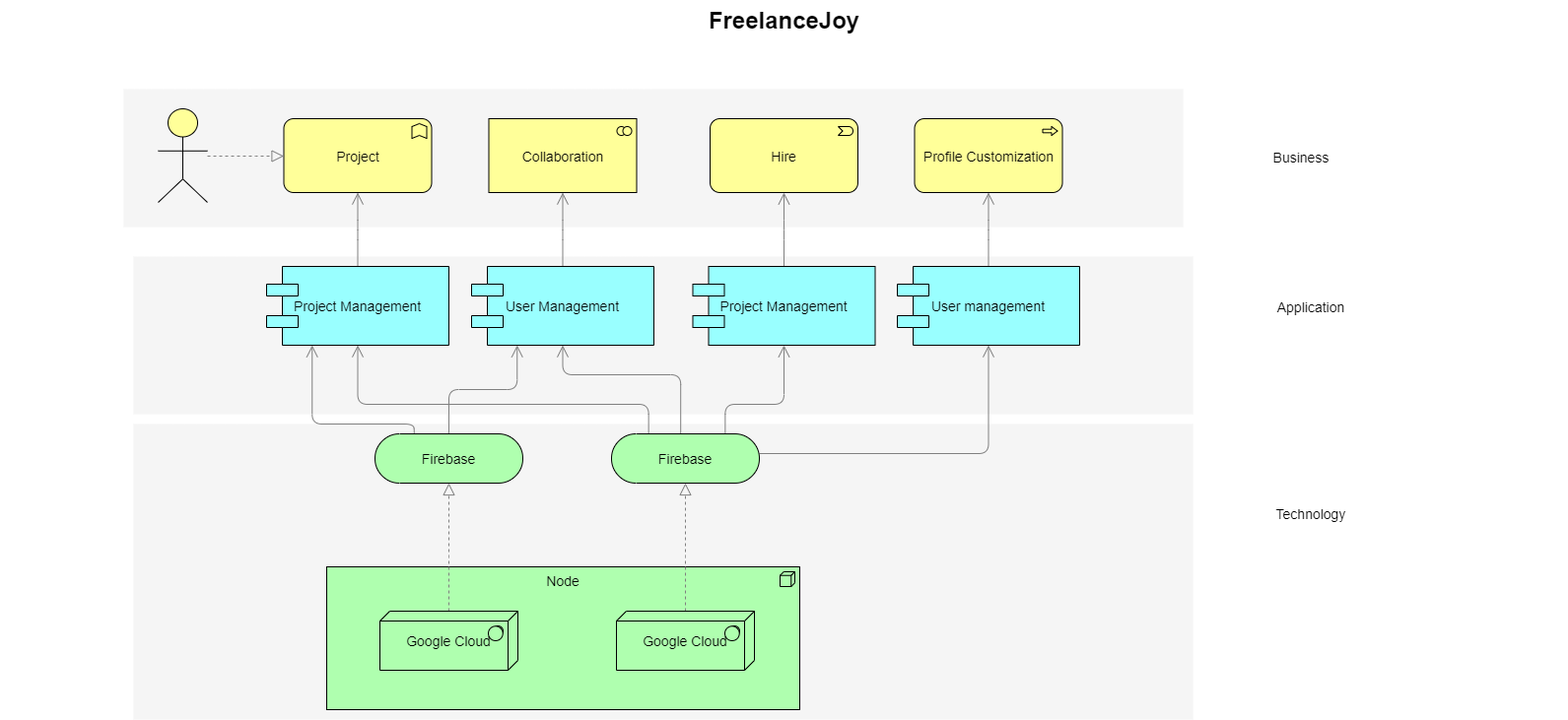
Before: docs/images/architecture.png, a diagram exported from draw.io (gheorghitamutu/FreelanceJoy). Source tidied: cells renumbered, new cells last; positions are measured from the earlier drawing's top-left corner, leaving out a move shared by most shapes. Source of this version:
```xml
<mxGraphModel>
  <root>
    <mxCell id="0" />
    <mxCell id="1" parent="0" />
    <mxCell id="2" style="whiteSpace=wrap;html=1;strokeColor=none;strokeWidth=1;fillColor=#f5f5f5;fontSize=14;" parent="1" vertex="1">
      <mxGeometry x="135" y="430" width="1075" height="300" as="geometry" />
    </mxCell>
    <mxCell id="3" style="whiteSpace=wrap;html=1;strokeColor=none;strokeWidth=1;fillColor=#f5f5f5;fontSize=14;" parent="1" vertex="1">
      <mxGeometry x="135" y="260" width="1075" height="160" as="geometry" />
    </mxCell>
    <mxCell id="4" style="whiteSpace=wrap;html=1;strokeColor=none;strokeWidth=1;fillColor=#f5f5f5;fontSize=14;" parent="1" vertex="1">
      <mxGeometry x="125" y="90" width="1075" height="140" as="geometry" />
    </mxCell>
    <mxCell id="5" value="Node" style="html=1;whiteSpace=wrap;fillColor=#AFFFAF;shape=mxgraph.archimate3.application;appType=node;archiType=square;fontSize=14;verticalAlign=top;" parent="1" vertex="1">
      <mxGeometry x="331" y="575" width="480" height="145" as="geometry" />
    </mxCell>
    <mxCell id="6" style="edgeStyle=elbowEdgeStyle;rounded=1;elbow=vertical;html=1;startSize=10;endArrow=block;endFill=0;endSize=10;jettySize=auto;strokeColor=#808080;fontSize=14;dashed=1;" parent="1" edge="1" source="7" target="12">
      <mxGeometry relative="1" as="geometry" />
    </mxCell>
    <mxCell id="7" value="&lt;div&gt;Google Cloud&lt;/div&gt;" style="html=1;whiteSpace=wrap;fillColor=#AFFFAF;shape=mxgraph.archimate3.tech;techType=sysSw;fontSize=14;" parent="1" vertex="1">
      <mxGeometry x="385" y="620" width="140" height="60" as="geometry" />
    </mxCell>
    <mxCell id="8" style="edgeStyle=elbowEdgeStyle;rounded=1;elbow=vertical;html=1;startSize=10;endArrow=block;endFill=0;endSize=10;jettySize=auto;strokeColor=#808080;fontSize=14;dashed=1;" parent="1" edge="1" source="9" target="17">
      <mxGeometry relative="1" as="geometry" />
    </mxCell>
    <mxCell id="9" value="Google Cloud" style="html=1;whiteSpace=wrap;fillColor=#AFFFAF;shape=mxgraph.archimate3.tech;techType=sysSw;fontSize=14;" parent="1" vertex="1">
      <mxGeometry x="625" y="620" width="140" height="60" as="geometry" />
    </mxCell>
    <mxCell id="10" style="edgeStyle=elbowEdgeStyle;rounded=1;elbow=vertical;html=1;startSize=10;endArrow=open;endFill=0;endSize=10;jettySize=auto;strokeColor=#808080;fontSize=14;entryX=0.25;entryY=1;" parent="1" edge="1" source="12" target="21">
      <mxGeometry relative="1" as="geometry" />
    </mxCell>
    <mxCell id="11" style="edgeStyle=elbowEdgeStyle;rounded=1;elbow=vertical;html=1;startSize=10;endArrow=open;endFill=0;endSize=10;jettySize=auto;strokeColor=#808080;fontSize=14;entryX=0.25;entryY=1;exitX=0.265;exitY=0.007;exitPerimeter=0;" parent="1" edge="1" source="12" target="19">
      <mxGeometry relative="1" as="geometry">
        <Array as="points">
          <mxPoint x="363" y="430" />
        </Array>
      </mxGeometry>
    </mxCell>
    <mxCell id="12" value="Firebase" style="html=1;whiteSpace=wrap;fillColor=#AFFFAF;shape=mxgraph.archimate3.service;fontSize=14;" parent="1" vertex="1">
      <mxGeometry x="380" y="440" width="150" height="50" as="geometry" />
    </mxCell>
    <mxCell id="13" style="edgeStyle=elbowEdgeStyle;rounded=1;elbow=vertical;html=1;startSize=10;endArrow=open;endFill=0;endSize=10;jettySize=auto;strokeColor=#808080;fontSize=14;" parent="1" edge="1" source="17" target="25">
      <mxGeometry relative="1" as="geometry">
        <Array as="points">
          <mxPoint x="850" y="460" />
        </Array>
      </mxGeometry>
    </mxCell>
    <mxCell id="14" style="edgeStyle=elbowEdgeStyle;rounded=1;elbow=vertical;html=1;startSize=10;endArrow=open;endFill=0;endSize=10;jettySize=auto;strokeColor=#808080;fontSize=14;entryX=0.5;entryY=1;exitX=0.769;exitY=0.025;exitPerimeter=0;" parent="1" edge="1" source="17" target="23">
      <mxGeometry relative="1" as="geometry">
        <Array as="points">
          <mxPoint x="750" y="410" />
        </Array>
      </mxGeometry>
    </mxCell>
    <mxCell id="15" style="edgeStyle=elbowEdgeStyle;rounded=1;elbow=vertical;html=1;startSize=10;endArrow=open;endFill=0;endSize=10;jettySize=auto;strokeColor=#808080;fontSize=14;entryX=0.5;entryY=1;exitX=0.468;exitY=0.025;exitPerimeter=0;" parent="1" edge="1" source="17" target="21">
      <mxGeometry relative="1" as="geometry">
        <Array as="points">
          <mxPoint x="640" y="380" />
        </Array>
      </mxGeometry>
    </mxCell>
    <mxCell id="16" style="edgeStyle=elbowEdgeStyle;rounded=1;elbow=vertical;html=1;startSize=10;endArrow=open;endFill=0;endSize=10;jettySize=auto;strokeColor=#808080;fontSize=14;exitX=0.251;exitY=0.002;exitPerimeter=0;" parent="1" edge="1" source="17" target="19">
      <mxGeometry relative="1" as="geometry">
        <Array as="points">
          <mxPoint x="530" y="410" />
        </Array>
      </mxGeometry>
    </mxCell>
    <mxCell id="17" value="Firebase" style="html=1;whiteSpace=wrap;fillColor=#AFFFAF;shape=mxgraph.archimate3.service;fontSize=14;" parent="1" vertex="1">
      <mxGeometry x="620" y="440" width="150" height="50" as="geometry" />
    </mxCell>
    <mxCell id="18" style="edgeStyle=elbowEdgeStyle;rounded=1;elbow=vertical;html=1;startSize=10;endArrow=open;endFill=0;endSize=10;jettySize=auto;strokeColor=#808080;fontSize=14;" parent="1" edge="1" source="19" target="26">
      <mxGeometry relative="1" as="geometry" />
    </mxCell>
    <mxCell id="19" value="Project Management" style="shape=component;align=center;fillColor=#99ffff;gradientColor=none;fontSize=14;" parent="1" vertex="1">
      <mxGeometry x="270" y="270" width="185" height="80" as="geometry" />
    </mxCell>
    <mxCell id="20" style="edgeStyle=elbowEdgeStyle;rounded=1;elbow=vertical;html=1;startSize=10;endArrow=open;endFill=0;endSize=10;jettySize=auto;strokeColor=#808080;fontSize=14;" parent="1" edge="1" source="21" target="27">
      <mxGeometry relative="1" as="geometry" />
    </mxCell>
    <mxCell id="21" value="User Management" style="shape=component;align=center;fillColor=#99ffff;gradientColor=none;fontSize=14;" parent="1" vertex="1">
      <mxGeometry x="478" y="270" width="185" height="80" as="geometry" />
    </mxCell>
    <mxCell id="22" style="edgeStyle=elbowEdgeStyle;rounded=1;elbow=vertical;html=1;startSize=10;endArrow=open;endFill=0;endSize=10;jettySize=auto;strokeColor=#808080;fontSize=14;" parent="1" edge="1" source="23" target="28">
      <mxGeometry relative="1" as="geometry" />
    </mxCell>
    <mxCell id="23" value="Project Management" style="shape=component;align=center;fillColor=#99ffff;gradientColor=none;fontSize=14;" parent="1" vertex="1">
      <mxGeometry x="702.5" y="270" width="185" height="80" as="geometry" />
    </mxCell>
    <mxCell id="24" style="edgeStyle=elbowEdgeStyle;rounded=1;elbow=vertical;html=1;startSize=10;endArrow=open;endFill=0;endSize=10;jettySize=auto;strokeColor=#808080;fontSize=14;" parent="1" edge="1" source="25" target="29">
      <mxGeometry relative="1" as="geometry" />
    </mxCell>
    <mxCell id="25" value="User management" style="shape=component;align=center;fillColor=#99ffff;gradientColor=none;fontSize=14;" parent="1" vertex="1">
      <mxGeometry x="910" y="270" width="185" height="80" as="geometry" />
    </mxCell>
    <mxCell id="26" value="Project" style="html=1;whiteSpace=wrap;fillColor=#ffff99;shape=mxgraph.archimate3.application;appType=func;archiType=rounded;fontSize=14;" parent="1" vertex="1">
      <mxGeometry x="287.5" y="120" width="150" height="75" as="geometry" />
    </mxCell>
    <mxCell id="27" value="Collaboration" style="html=1;whiteSpace=wrap;fillColor=#ffff99;shape=mxgraph.archimate3.application;appType=collab;archiType=square;fontSize=14;" parent="1" vertex="1">
      <mxGeometry x="495.5" y="120" width="150" height="75" as="geometry" />
    </mxCell>
    <mxCell id="28" value="Hire" style="html=1;whiteSpace=wrap;fillColor=#ffff99;shape=mxgraph.archimate3.application;appType=event;archiType=rounded;fontSize=14;" parent="1" vertex="1">
      <mxGeometry x="720" y="120" width="150" height="75" as="geometry" />
    </mxCell>
    <mxCell id="29" value="Profile Customization" style="html=1;whiteSpace=wrap;fillColor=#ffff99;shape=mxgraph.archimate3.application;appType=proc;archiType=rounded;fontSize=14;" parent="1" vertex="1">
      <mxGeometry x="927.5" y="120" width="150" height="75" as="geometry" />
    </mxCell>
    <mxCell id="30" value="Technology" style="text;html=1;strokeColor=none;fillColor=none;align=center;verticalAlign=middle;whiteSpace=wrap;fontSize=14;" parent="1" vertex="1">
      <mxGeometry x="1210" y="511" width="240" height="20" as="geometry" />
    </mxCell>
    <mxCell id="31" value="Application" style="text;html=1;strokeColor=none;fillColor=none;align=center;verticalAlign=middle;whiteSpace=wrap;fontSize=14;" parent="1" vertex="1">
      <mxGeometry x="1210" y="301" width="240" height="20" as="geometry" />
    </mxCell>
    <mxCell id="32" value="Business" style="text;html=1;strokeColor=none;fillColor=none;align=center;verticalAlign=middle;whiteSpace=wrap;fontSize=14;" parent="1" vertex="1">
      <mxGeometry x="1200" y="149" width="240" height="20" as="geometry" />
    </mxCell>
    <mxCell id="33" style="edgeStyle=elbowEdgeStyle;rounded=1;elbow=vertical;html=1;dashed=1;startSize=10;endArrow=block;endFill=0;endSize=10;jettySize=auto;strokeColor=#808080;fontSize=14;" parent="1" edge="1" source="34" target="26">
      <mxGeometry relative="1" as="geometry" />
    </mxCell>
    <mxCell id="34" style="html=1;whiteSpace=wrap;fillColor=#ffff99;shape=mxgraph.archimate3.actor;fontSize=14;" parent="1" vertex="1">
      <mxGeometry x="160" y="110" width="50" height="95" as="geometry" />
    </mxCell>
    <mxCell id="35" value="FreelanceJoy" style="text;strokeColor=none;fillColor=none;html=1;fontSize=24;fontStyle=1;verticalAlign=middle;align=center;" parent="1" vertex="1">
      <mxGeometry width="1590" height="40" as="geometry" />
    </mxCell>
  </root>
</mxGraphModel>
```
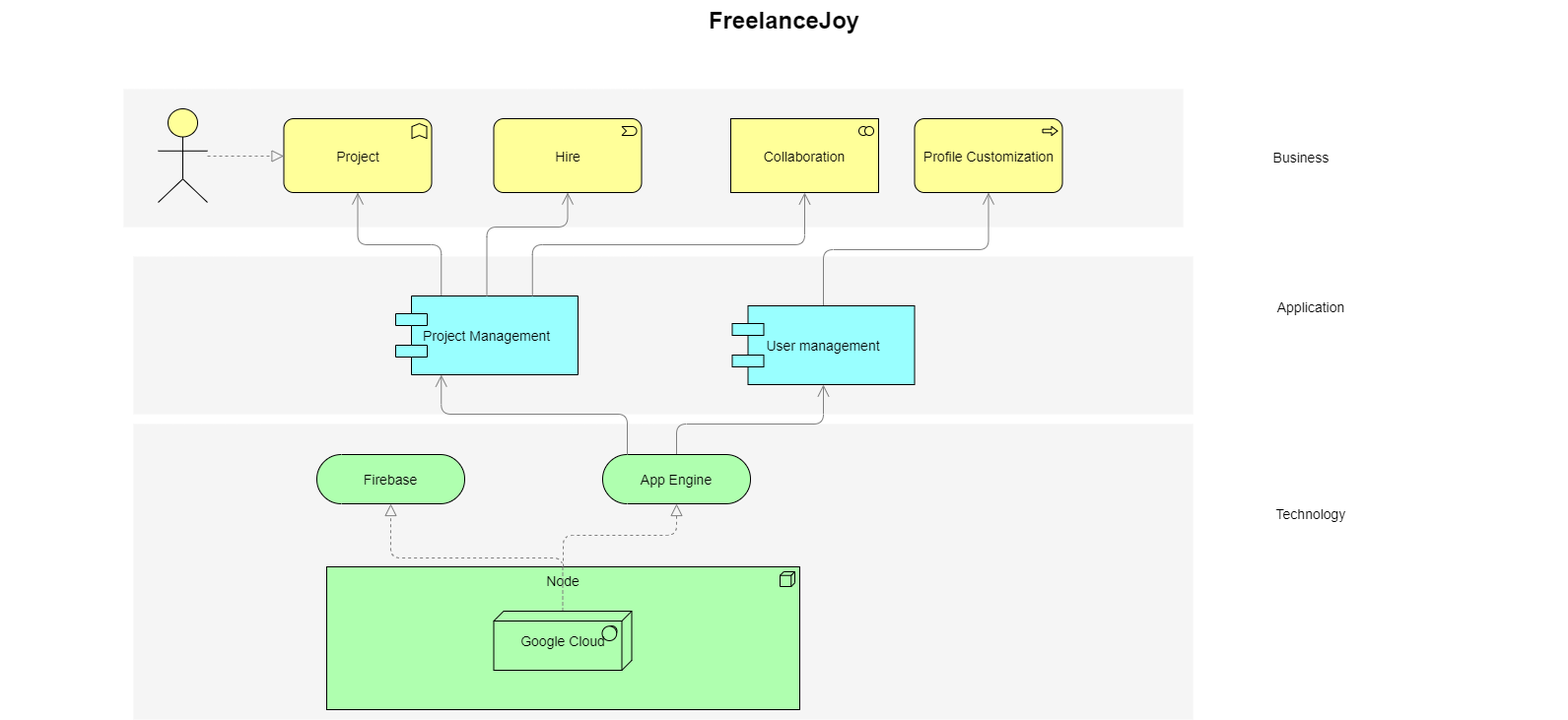
Later version of the same file.

Commit message:
^ architecture diagram - endpoint API yaml + swagger hub

Diff of the diagram source:
```diff
@@ -18,90 +18,61 @@
       <mxGeometry relative="1" as="geometry" />
     </mxCell>
     <mxCell id="7" value="&lt;div&gt;Google Cloud&lt;/div&gt;" style="html=1;whiteSpace=wrap;fillColor=#AFFFAF;shape=mxgraph.archimate3.tech;techType=sysSw;fontSize=14;" parent="1" vertex="1">
-      <mxGeometry x="385" y="620" width="140" height="60" as="geometry" />
+      <mxGeometry x="500.5" y="620" width="140" height="60" as="geometry" />
     </mxCell>
-    <mxCell id="8" style="edgeStyle=elbowEdgeStyle;rounded=1;elbow=vertical;html=1;startSize=10;endArrow=block;endFill=0;endSize=10;jettySize=auto;strokeColor=#808080;fontSize=14;dashed=1;" parent="1" edge="1" source="9" target="17">
+    <mxCell id="8" style="edgeStyle=elbowEdgeStyle;rounded=1;elbow=vertical;html=1;startSize=10;endArrow=block;endFill=0;endSize=10;jettySize=auto;strokeColor=#808080;fontSize=14;dashed=1;" parent="1" edge="1" source="5" target="17">
       <mxGeometry relative="1" as="geometry" />
     </mxCell>
-    <mxCell id="9" value="Google Cloud" style="html=1;whiteSpace=wrap;fillColor=#AFFFAF;shape=mxgraph.archimate3.tech;techType=sysSw;fontSize=14;" parent="1" vertex="1">
-      <mxGeometry x="625" y="620" width="140" height="60" as="geometry" />
-    </mxCell>
-    <mxCell id="10" style="edgeStyle=elbowEdgeStyle;rounded=1;elbow=vertical;html=1;startSize=10;endArrow=open;endFill=0;endSize=10;jettySize=auto;strokeColor=#808080;fontSize=14;entryX=0.25;entryY=1;" parent="1" edge="1" source="12" target="21">
-      <mxGeometry relative="1" as="geometry" />
-    </mxCell>
-    <mxCell id="11" style="edgeStyle=elbowEdgeStyle;rounded=1;elbow=vertical;html=1;startSize=10;endArrow=open;endFill=0;endSize=10;jettySize=auto;strokeColor=#808080;fontSize=14;entryX=0.25;entryY=1;exitX=0.265;exitY=0.007;exitPerimeter=0;" parent="1" edge="1" source="12" target="19">
+    <mxCell id="11" style="edgeStyle=elbowEdgeStyle;rounded=1;elbow=vertical;html=1;startSize=10;endArrow=open;endFill=0;endSize=10;jettySize=auto;strokeColor=#808080;fontSize=14;entryX=0.25;entryY=1;exitX=0;exitY=0;exitPerimeter=0;exitDx=25;exitDy=0;" parent="1" edge="1" source="17" target="19">
       <mxGeometry relative="1" as="geometry">
         <Array as="points">
-          <mxPoint x="363" y="430" />
+          <mxPoint x="431" y="420" />
         </Array>
       </mxGeometry>
     </mxCell>
     <mxCell id="12" value="Firebase" style="html=1;whiteSpace=wrap;fillColor=#AFFFAF;shape=mxgraph.archimate3.service;fontSize=14;" parent="1" vertex="1">
-      <mxGeometry x="380" y="440" width="150" height="50" as="geometry" />
+      <mxGeometry x="321" y="461" width="150" height="50" as="geometry" />
     </mxCell>
-    <mxCell id="13" style="edgeStyle=elbowEdgeStyle;rounded=1;elbow=vertical;html=1;startSize=10;endArrow=open;endFill=0;endSize=10;jettySize=auto;strokeColor=#808080;fontSize=14;" parent="1" edge="1" source="17" target="25">
+    <mxCell id="13" style="edgeStyle=elbowEdgeStyle;rounded=1;elbow=vertical;html=1;startSize=10;endArrow=open;endFill=0;endSize=10;jettySize=auto;strokeColor=#808080;fontSize=14;exitX=0.5;exitY=0;exitDx=0;exitDy=0;exitPerimeter=0;entryX=0.5;entryY=1;entryDx=0;entryDy=0;" parent="1" edge="1" source="17" target="25">
       <mxGeometry relative="1" as="geometry">
         <Array as="points">
-          <mxPoint x="850" y="460" />
+          <mxPoint x="721" y="430" />
         </Array>
       </mxGeometry>
     </mxCell>
-    <mxCell id="14" style="edgeStyle=elbowEdgeStyle;rounded=1;elbow=vertical;html=1;startSize=10;endArrow=open;endFill=0;endSize=10;jettySize=auto;strokeColor=#808080;fontSize=14;entryX=0.5;entryY=1;exitX=0.769;exitY=0.025;exitPerimeter=0;" parent="1" edge="1" source="17" target="23">
-      <mxGeometry relative="1" as="geometry">
-        <Array as="points">
-          <mxPoint x="750" y="410" />
-        </Array>
-      </mxGeometry>
-    </mxCell>
-    <mxCell id="15" style="edgeStyle=elbowEdgeStyle;rounded=1;elbow=vertical;html=1;startSize=10;endArrow=open;endFill=0;endSize=10;jettySize=auto;strokeColor=#808080;fontSize=14;entryX=0.5;entryY=1;exitX=0.468;exitY=0.025;exitPerimeter=0;" parent="1" edge="1" source="17" target="21">
-      <mxGeometry relative="1" as="geometry">
-        <Array as="points">
-          <mxPoint x="640" y="380" />
-        </Array>
-      </mxGeometry>
-    </mxCell>
-    <mxCell id="16" style="edgeStyle=elbowEdgeStyle;rounded=1;elbow=vertical;html=1;startSize=10;endArrow=open;endFill=0;endSize=10;jettySize=auto;strokeColor=#808080;fontSize=14;exitX=0.251;exitY=0.002;exitPerimeter=0;" parent="1" edge="1" source="17" target="19">
-      <mxGeometry relative="1" as="geometry">
-        <Array as="points">
-          <mxPoint x="530" y="410" />
-        </Array>
-      </mxGeometry>
-    </mxCell>
-    <mxCell id="17" value="Firebase" style="html=1;whiteSpace=wrap;fillColor=#AFFFAF;shape=mxgraph.archimate3.service;fontSize=14;" parent="1" vertex="1">
-      <mxGeometry x="620" y="440" width="150" height="50" as="geometry" />
+    <mxCell id="17" value="App Engine" style="html=1;whiteSpace=wrap;fillColor=#AFFFAF;shape=mxgraph.archimate3.service;fontSize=14;" parent="1" vertex="1">
+      <mxGeometry x="611" y="461" width="150" height="50" as="geometry" />
     </mxCell>
-    <mxCell id="18" style="edgeStyle=elbowEdgeStyle;rounded=1;elbow=vertical;html=1;startSize=10;endArrow=open;endFill=0;endSize=10;jettySize=auto;strokeColor=#808080;fontSize=14;" parent="1" edge="1" source="19" target="26">
+    <mxCell id="18" style="edgeStyle=elbowEdgeStyle;rounded=1;elbow=vertical;html=1;startSize=10;endArrow=open;endFill=0;endSize=10;jettySize=auto;strokeColor=#808080;fontSize=14;exitX=0.25;exitY=0;exitDx=0;exitDy=0;" parent="1" edge="1" source="19" target="26">
       <mxGeometry relative="1" as="geometry" />
     </mxCell>
     <mxCell id="19" value="Project Management" style="shape=component;align=center;fillColor=#99ffff;gradientColor=none;fontSize=14;" parent="1" vertex="1">
-      <mxGeometry x="270" y="270" width="185" height="80" as="geometry" />
+      <mxGeometry x="401" y="300" width="185" height="80" as="geometry" />
     </mxCell>
-    <mxCell id="20" style="edgeStyle=elbowEdgeStyle;rounded=1;elbow=vertical;html=1;startSize=10;endArrow=open;endFill=0;endSize=10;jettySize=auto;strokeColor=#808080;fontSize=14;" parent="1" edge="1" source="21" target="27">
+    <mxCell id="20" style="edgeStyle=elbowEdgeStyle;rounded=1;elbow=vertical;html=1;startSize=10;endArrow=open;endFill=0;endSize=10;jettySize=auto;strokeColor=#808080;fontSize=14;exitX=0.75;exitY=0;exitDx=0;exitDy=0;" parent="1" edge="1" source="19" target="27">
       <mxGeometry relative="1" as="geometry" />
     </mxCell>
-    <mxCell id="21" value="User Management" style="shape=component;align=center;fillColor=#99ffff;gradientColor=none;fontSize=14;" parent="1" vertex="1">
-      <mxGeometry x="478" y="270" width="185" height="80" as="geometry" />
-    </mxCell>
-    <mxCell id="22" style="edgeStyle=elbowEdgeStyle;rounded=1;elbow=vertical;html=1;startSize=10;endArrow=open;endFill=0;endSize=10;jettySize=auto;strokeColor=#808080;fontSize=14;" parent="1" edge="1" source="23" target="28">
-      <mxGeometry relative="1" as="geometry" />
+    <mxCell id="22" style="edgeStyle=elbowEdgeStyle;rounded=1;elbow=vertical;html=1;startSize=10;endArrow=open;endFill=0;endSize=10;jettySize=auto;strokeColor=#808080;fontSize=14;exitX=0.5;exitY=0;exitDx=0;exitDy=0;entryX=0.5;entryY=1;entryDx=0;entryDy=0;entryPerimeter=0;" parent="1" edge="1" source="19" target="28">
+      <mxGeometry relative="1" as="geometry">
+        <Array as="points">
+          <mxPoint x="531" y="230" />
+        </Array>
+      </mxGeometry>
     </mxCell>
-    <mxCell id="23" value="Project Management" style="shape=component;align=center;fillColor=#99ffff;gradientColor=none;fontSize=14;" parent="1" vertex="1">
-      <mxGeometry x="702.5" y="270" width="185" height="80" as="geometry" />
-    </mxCell>
     <mxCell id="24" style="edgeStyle=elbowEdgeStyle;rounded=1;elbow=vertical;html=1;startSize=10;endArrow=open;endFill=0;endSize=10;jettySize=auto;strokeColor=#808080;fontSize=14;" parent="1" edge="1" source="25" target="29">
       <mxGeometry relative="1" as="geometry" />
     </mxCell>
     <mxCell id="25" value="User management" style="shape=component;align=center;fillColor=#99ffff;gradientColor=none;fontSize=14;" parent="1" vertex="1">
-      <mxGeometry x="910" y="270" width="185" height="80" as="geometry" />
+      <mxGeometry x="742.5" y="310" width="185" height="80" as="geometry" />
     </mxCell>
     <mxCell id="26" value="Project" style="html=1;whiteSpace=wrap;fillColor=#ffff99;shape=mxgraph.archimate3.application;appType=func;archiType=rounded;fontSize=14;" parent="1" vertex="1">
       <mxGeometry x="287.5" y="120" width="150" height="75" as="geometry" />
     </mxCell>
     <mxCell id="27" value="Collaboration" style="html=1;whiteSpace=wrap;fillColor=#ffff99;shape=mxgraph.archimate3.application;appType=collab;archiType=square;fontSize=14;" parent="1" vertex="1">
-      <mxGeometry x="495.5" y="120" width="150" height="75" as="geometry" />
+      <mxGeometry x="741" y="120" width="150" height="75" as="geometry" />
     </mxCell>
     <mxCell id="28" value="Hire" style="html=1;whiteSpace=wrap;fillColor=#ffff99;shape=mxgraph.archimate3.application;appType=event;archiType=rounded;fontSize=14;" parent="1" vertex="1">
-      <mxGeometry x="720" y="120" width="150" height="75" as="geometry" />
+      <mxGeometry x="500.5" y="120" width="150" height="75" as="geometry" />
     </mxCell>
     <mxCell id="29" value="Profile Customization" style="html=1;whiteSpace=wrap;fillColor=#ffff99;shape=mxgraph.archimate3.application;appType=proc;archiType=rounded;fontSize=14;" parent="1" vertex="1">
       <mxGeometry x="927.5" y="120" width="150" height="75" as="geometry" />
```
